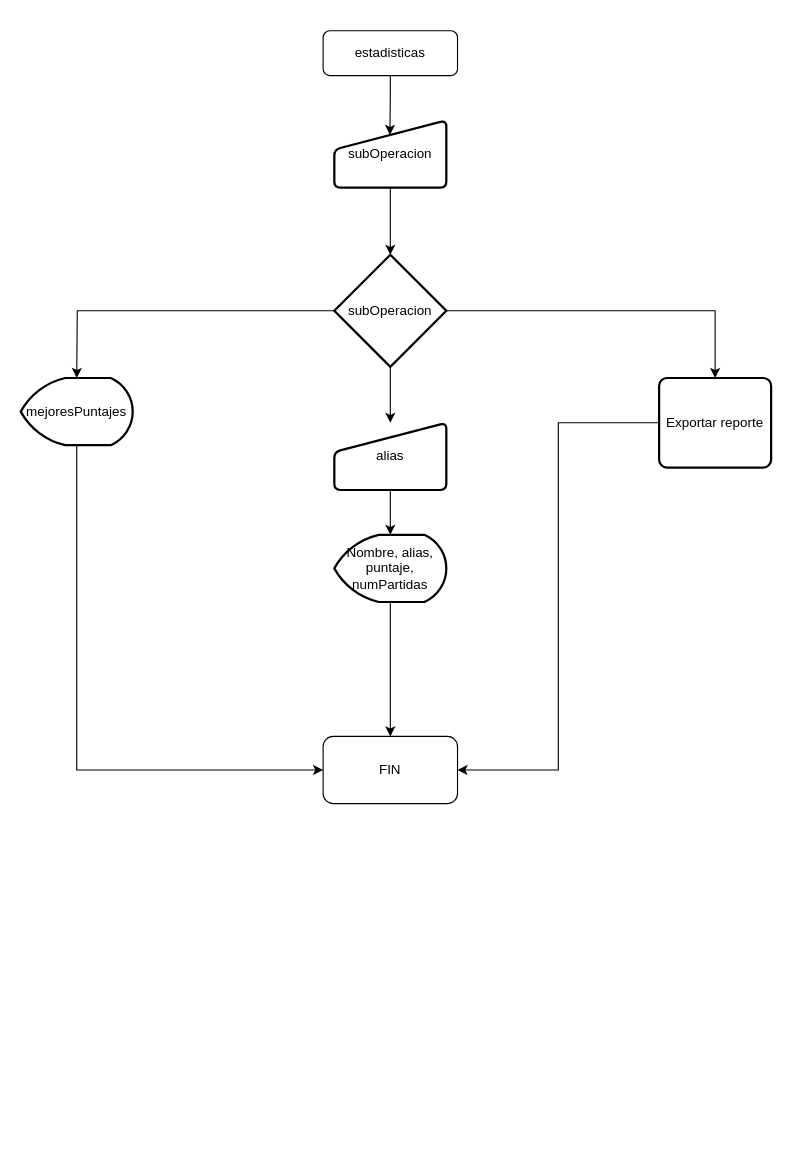
This is intro-programacion/entrega1/estadisticas.drawio from miguelgonrod/Universidad, a draw.io file, before an edit. Source tidied: cells renumbered, new cells numbered last; positions are measured from the earlier drawing's top-left corner, leaving out a move shared by most shapes. Both pictures are drawn from the tidied source at 112%, with x=0, y=0 at pixel (20, 30).
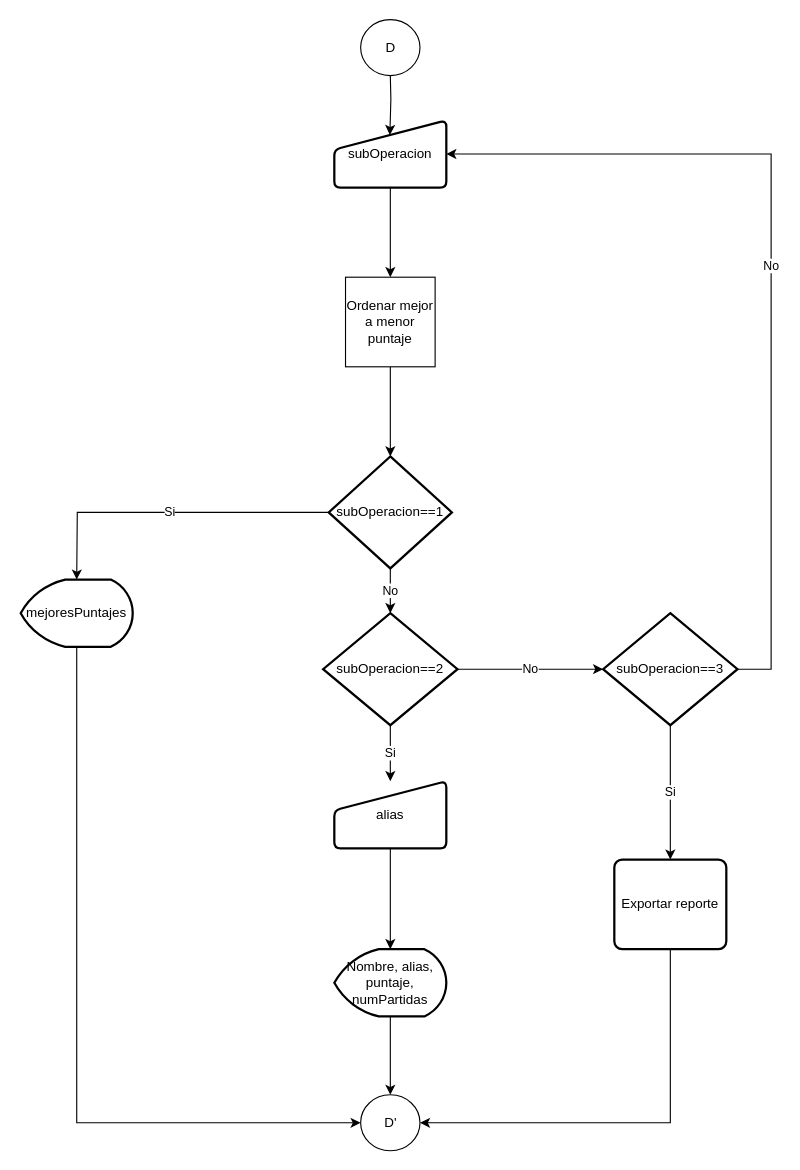
The same diagram, later.

The change refers to these unchanged cells:
```xml
<mxCell id="5" value="subOperacion" style="html=1;strokeWidth=2;shape=manualInput;whiteSpace=wrap;rounded=1;size=26;arcSize=11;" parent="1" vertex="1">
  <mxGeometry x="280" y="80" width="100" height="60" as="geometry" />
</mxCell>
```

The edit, as a diff of the source:
```diff
@@
-    <mxCell id="2" style="edgeStyle=orthogonalEdgeStyle;rounded=0;jettySize=auto;html=1;entryX=0.496;entryY=0.217;entryDx=0;entryDy=0;entryPerimeter=0;" parent="1" edge="1" source="3" target="5">
-      <mxGeometry relative="1" as="geometry" />
+    <mxCell id="2" style="edgeStyle=orthogonalEdgeStyle;rounded=0;jettySize=auto;html=1;entryX=0.496;entryY=0.217;entryDx=0;entryDy=0;entryPerimeter=0;" parent="1" edge="1" target="5">
+      <mxGeometry relative="1" as="geometry">
+        <mxPoint x="330" y="40" as="sourcePoint" />
+      </mxGeometry>
     </mxCell>
-    <mxCell id="3" value="estadisticas" style="rounded=1;whiteSpace=wrap;html=1;fontSize=12;glass=0;strokeWidth=1;shadow=0;" parent="1" vertex="1">
-      <mxGeometry x="270" width="120" height="40" as="geometry" />
-    </mxCell>
-    <mxCell id="4" style="edgeStyle=orthogonalEdgeStyle;rounded=0;jettySize=auto;html=1;exitX=0.5;exitY=1;exitDx=0;exitDy=0;entryX=0.5;entryY=0;entryDx=0;entryDy=0;entryPerimeter=0;" parent="1" edge="1" source="5" target="9">
-      <mxGeometry relative="1" as="geometry" />
-    </mxCell>
+    <mxCell id="19" style="edgeStyle=orthogonalEdgeStyle;rounded=0;jettySize=auto;html=1;" parent="1" edge="1" source="5" target="24">
+      <mxGeometry relative="1" as="geometry" />
+    </mxCell>
@@
-    <mxCell id="6" style="edgeStyle=orthogonalEdgeStyle;rounded=0;jettySize=auto;html=1;" parent="1" edge="1" source="9">
+    <mxCell id="6" value="Si" style="edgeStyle=orthogonalEdgeStyle;rounded=0;jettySize=auto;html=1;" parent="1" edge="1" source="9">
       <mxGeometry relative="1" as="geometry">
-        <mxPoint x="50" y="310" as="targetPoint" />
+        <mxPoint x="50" y="490" as="targetPoint" />
       </mxGeometry>
     </mxCell>
-    <mxCell id="7" style="edgeStyle=orthogonalEdgeStyle;rounded=0;jettySize=auto;html=1;exitX=0.5;exitY=1;exitDx=0;exitDy=0;exitPerimeter=0;" parent="1" edge="1" source="9" target="13">
-      <mxGeometry relative="1" as="geometry" />
-    </mxCell>
-    <mxCell id="8" style="edgeStyle=orthogonalEdgeStyle;rounded=0;jettySize=auto;html=1;exitX=1;exitY=0.5;exitDx=0;exitDy=0;exitPerimeter=0;entryX=0.5;entryY=0;entryDx=0;entryDy=0;" parent="1" edge="1" source="9" target="17">
-      <mxGeometry relative="1" as="geometry" />
-    </mxCell>
+    <mxCell id="20" value="No" style="edgeStyle=orthogonalEdgeStyle;rounded=0;jettySize=auto;html=1;entryX=0.5;entryY=0;entryDx=0;entryDy=0;entryPerimeter=0;" parent="1" edge="1" source="9" target="29">
+      <mxGeometry relative="1" as="geometry" />
+    </mxCell>
-    <mxCell id="9" value="subOperacion" style="strokeWidth=2;html=1;shape=mxgraph.flowchart.decision;whiteSpace=wrap;" parent="1" vertex="1">
-      <mxGeometry x="280" y="200" width="100" height="100" as="geometry" />
+    <mxCell id="9" value="subOperacion==1" style="strokeWidth=2;html=1;shape=mxgraph.flowchart.decision;whiteSpace=wrap;" parent="1" vertex="1">
+      <mxGeometry x="275" y="380" width="110" height="100" as="geometry" />
     </mxCell>
-    <mxCell id="10" style="edgeStyle=orthogonalEdgeStyle;rounded=0;jettySize=auto;html=1;exitX=0.5;exitY=1;exitDx=0;exitDy=0;exitPerimeter=0;entryX=0;entryY=0.5;entryDx=0;entryDy=0;" parent="1" edge="1" source="11" target="18">
+    <mxCell id="10" style="edgeStyle=orthogonalEdgeStyle;rounded=0;jettySize=auto;html=1;exitX=0.5;exitY=1;exitDx=0;exitDy=0;exitPerimeter=0;entryX=0;entryY=0.5;entryDx=0;entryDy=0;" parent="1" edge="1" source="11" target="26">
       <mxGeometry relative="1" as="geometry" />
     </mxCell>
     <mxCell id="11" value="mejoresPuntajes" style="strokeWidth=2;html=1;shape=mxgraph.flowchart.display;whiteSpace=wrap;" parent="1" vertex="1">
-      <mxGeometry y="310" width="100" height="60" as="geometry" />
+      <mxGeometry y="490" width="100" height="60" as="geometry" />
     </mxCell>
@@
     <mxCell id="13" value="alias" style="html=1;strokeWidth=2;shape=manualInput;whiteSpace=wrap;rounded=1;size=26;arcSize=11;" parent="1" vertex="1">
-      <mxGeometry x="280" y="350" width="100" height="60" as="geometry" />
+      <mxGeometry x="280" y="670" width="100" height="60" as="geometry" />
     </mxCell>
-    <mxCell id="14" style="edgeStyle=orthogonalEdgeStyle;rounded=0;jettySize=auto;html=1;exitX=0.5;exitY=1;exitDx=0;exitDy=0;exitPerimeter=0;" parent="1" edge="1" source="15" target="18">
-      <mxGeometry relative="1" as="geometry" />
-    </mxCell>
+    <mxCell id="21" style="edgeStyle=orthogonalEdgeStyle;rounded=0;jettySize=auto;html=1;entryX=0.5;entryY=0;entryDx=0;entryDy=0;" parent="1" edge="1" source="15" target="26">
+      <mxGeometry relative="1" as="geometry" />
+    </mxCell>
     <mxCell id="15" value="Nombre, alias, puntaje, numPartidas" style="strokeWidth=2;html=1;shape=mxgraph.flowchart.display;whiteSpace=wrap;" parent="1" vertex="1">
-      <mxGeometry x="280" y="450" width="100" height="60" as="geometry" />
+      <mxGeometry x="280" y="820" width="100" height="60" as="geometry" />
     </mxCell>
-    <mxCell id="16" style="edgeStyle=orthogonalEdgeStyle;rounded=0;jettySize=auto;html=1;entryX=1;entryY=0.5;entryDx=0;entryDy=0;" parent="1" edge="1" source="17" target="18">
-      <mxGeometry relative="1" as="geometry" />
-    </mxCell>
+    <mxCell id="22" style="edgeStyle=orthogonalEdgeStyle;rounded=0;jettySize=auto;html=1;entryX=1;entryY=0.5;entryDx=0;entryDy=0;" parent="1" edge="1" source="17" target="26">
+      <mxGeometry relative="1" as="geometry">
+        <Array as="points">
+          <mxPoint x="580" y="975" />
+        </Array>
+      </mxGeometry>
+    </mxCell>
     <mxCell id="17" value="Exportar reporte" style="rounded=1;whiteSpace=wrap;html=1;absoluteArcSize=1;arcSize=14;strokeWidth=2;" parent="1" vertex="1">
-      <mxGeometry x="570" y="310" width="100" height="80" as="geometry" />
+      <mxGeometry x="530" y="740" width="100" height="80" as="geometry" />
     </mxCell>
-    <mxCell id="18" value="FIN" style="rounded=1;whiteSpace=wrap;html=1;" parent="1" vertex="1">
-      <mxGeometry x="270" y="630" width="120" height="60" as="geometry" />
-    </mxCell>
+    <mxCell id="23" style="edgeStyle=orthogonalEdgeStyle;rounded=0;jettySize=auto;html=1;entryX=0.5;entryY=0;entryDx=0;entryDy=0;entryPerimeter=0;" parent="1" edge="1" source="24" target="9">
+      <mxGeometry relative="1" as="geometry" />
+    </mxCell>
+    <mxCell id="24" value="Ordenar mejor a menor puntaje" style="whiteSpace=wrap;html=1;" parent="1" vertex="1">
+      <mxGeometry x="290" y="220" width="80" height="80" as="geometry" />
+    </mxCell>
+    <mxCell id="25" value="D" style="ellipse;whiteSpace=wrap;html=1;" parent="1" vertex="1">
+      <mxGeometry x="303.5" y="-10" width="53" height="50" as="geometry" />
+    </mxCell>
+    <mxCell id="26" value="D'" style="ellipse;whiteSpace=wrap;html=1;" parent="1" vertex="1">
+      <mxGeometry x="303.5" y="950" width="53" height="50" as="geometry" />
+    </mxCell>
+    <mxCell id="27" value="Si" style="edgeStyle=orthogonalEdgeStyle;rounded=0;jettySize=auto;html=1;" parent="1" edge="1" source="29" target="13">
+      <mxGeometry relative="1" as="geometry" />
+    </mxCell>
+    <mxCell id="28" value="No" style="edgeStyle=orthogonalEdgeStyle;rounded=0;jettySize=auto;html=1;entryX=0;entryY=0.5;entryDx=0;entryDy=0;entryPerimeter=0;" parent="1" edge="1" source="29" target="32">
+      <mxGeometry relative="1" as="geometry" />
+    </mxCell>
+    <mxCell id="29" value="subOperacion==2" style="strokeWidth=2;html=1;shape=mxgraph.flowchart.decision;whiteSpace=wrap;" parent="1" vertex="1">
+      <mxGeometry x="270" y="520" width="120" height="100" as="geometry" />
+    </mxCell>
+    <mxCell id="30" value="Si" style="edgeStyle=orthogonalEdgeStyle;rounded=0;jettySize=auto;html=1;entryX=0.5;entryY=0;entryDx=0;entryDy=0;" parent="1" edge="1" source="32" target="17">
+      <mxGeometry relative="1" as="geometry" />
+    </mxCell>
+    <mxCell id="31" value="No" style="edgeStyle=orthogonalEdgeStyle;rounded=0;jettySize=auto;html=1;entryX=1;entryY=0.5;entryDx=0;entryDy=0;" parent="1" edge="1" source="32" target="5">
+      <mxGeometry relative="1" as="geometry">
+        <Array as="points">
+          <mxPoint x="670" y="570" />
+          <mxPoint x="670" y="110" />
+        </Array>
+      </mxGeometry>
+    </mxCell>
+    <mxCell id="32" value="subOperacion==3" style="strokeWidth=2;html=1;shape=mxgraph.flowchart.decision;whiteSpace=wrap;" parent="1" vertex="1">
+      <mxGeometry x="520" y="520" width="120" height="100" as="geometry" />
+    </mxCell>
```
